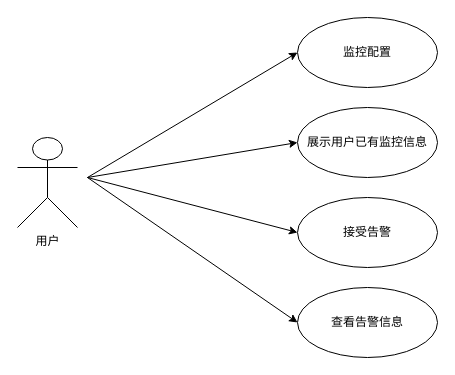
Before: 未命名绘图.drawio in tiankuanyu/test, a draw.io diagram. Source tidied: cells renumbered, new cells numbered last; positions are measured from the earlier drawing's top-left corner, leaving out a move shared by most shapes. Both pictures are drawn from the tidied source at 100%, with x=0, y=0 at pixel (17, 17).
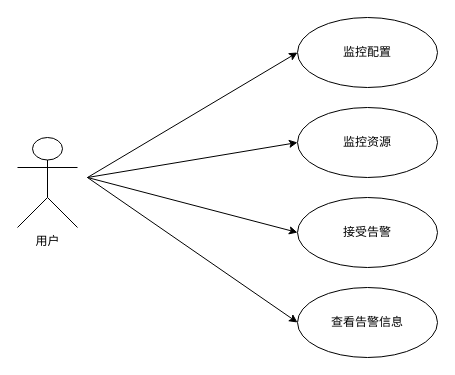
The same page after the edit.

Commit message:
更新未命名绘图.drawio

The edit, as a diff of the source:
```diff
@@
 <mxGraphModel>
   <root>
     <mxCell id="0" />
     <mxCell id="1" parent="0" />
     <mxCell id="2" value="用户" style="shape=umlActor;verticalLabelPosition=bottom;verticalAlign=top;html=1;" parent="1" vertex="1">
       <mxGeometry y="120" width="60" height="90" as="geometry" />
     </mxCell>
     <mxCell id="3" value="监控配置" style="ellipse;whiteSpace=wrap;html=1;" parent="1" vertex="1">
       <mxGeometry x="280" width="140" height="70" as="geometry" />
     </mxCell>
-    <mxCell id="4" value="展示用户已有监控信息" style="ellipse;whiteSpace=wrap;html=1;" parent="1" vertex="1">
+    <mxCell id="4" value="监控资源" style="ellipse;whiteSpace=wrap;html=1;" parent="1" vertex="1">
       <mxGeometry x="280" y="90" width="140" height="70" as="geometry" />
     </mxCell>
     <mxCell id="5" value="接受告警" style="ellipse;whiteSpace=wrap;html=1;" parent="1" vertex="1">
       <mxGeometry x="280" y="180" width="140" height="70" as="geometry" />
     </mxCell>
     <mxCell id="6" value="查看告警信息" style="ellipse;whiteSpace=wrap;html=1;" parent="1" vertex="1">
       <mxGeometry x="280" y="270" width="140" height="70" as="geometry" />
     </mxCell>
     <mxCell id="7" style="endArrow=classic;html=1;rounded=0;entryX=0;entryY=0.5;entryDx=0;entryDy=0;" parent="1" edge="1" target="3">
       <mxGeometry relative="1" as="geometry">
         <mxPoint x="70" y="160" as="sourcePoint" />
       </mxGeometry>
     </mxCell>
     <mxCell id="8" style="endArrow=classic;html=1;rounded=0;entryX=0;entryY=0.5;entryDx=0;entryDy=0;" parent="1" edge="1" target="4">
       <mxGeometry relative="1" as="geometry">
         <mxPoint x="70" y="160" as="sourcePoint" />
       </mxGeometry>
     </mxCell>
     <mxCell id="9" style="endArrow=classic;html=1;rounded=0;entryX=0;entryY=0.5;entryDx=0;entryDy=0;" parent="1" edge="1" target="5">
       <mxGeometry relative="1" as="geometry">
         <mxPoint x="70" y="160" as="sourcePoint" />
       </mxGeometry>
     </mxCell>
     <mxCell id="10" style="endArrow=classic;html=1;rounded=0;entryX=0;entryY=0.5;entryDx=0;entryDy=0;" parent="1" edge="1" target="6">
       <mxGeometry relative="1" as="geometry">
         <mxPoint x="70" y="160" as="sourcePoint" />
       </mxGeometry>
     </mxCell>
   </root>
 </mxGraphModel>
```
